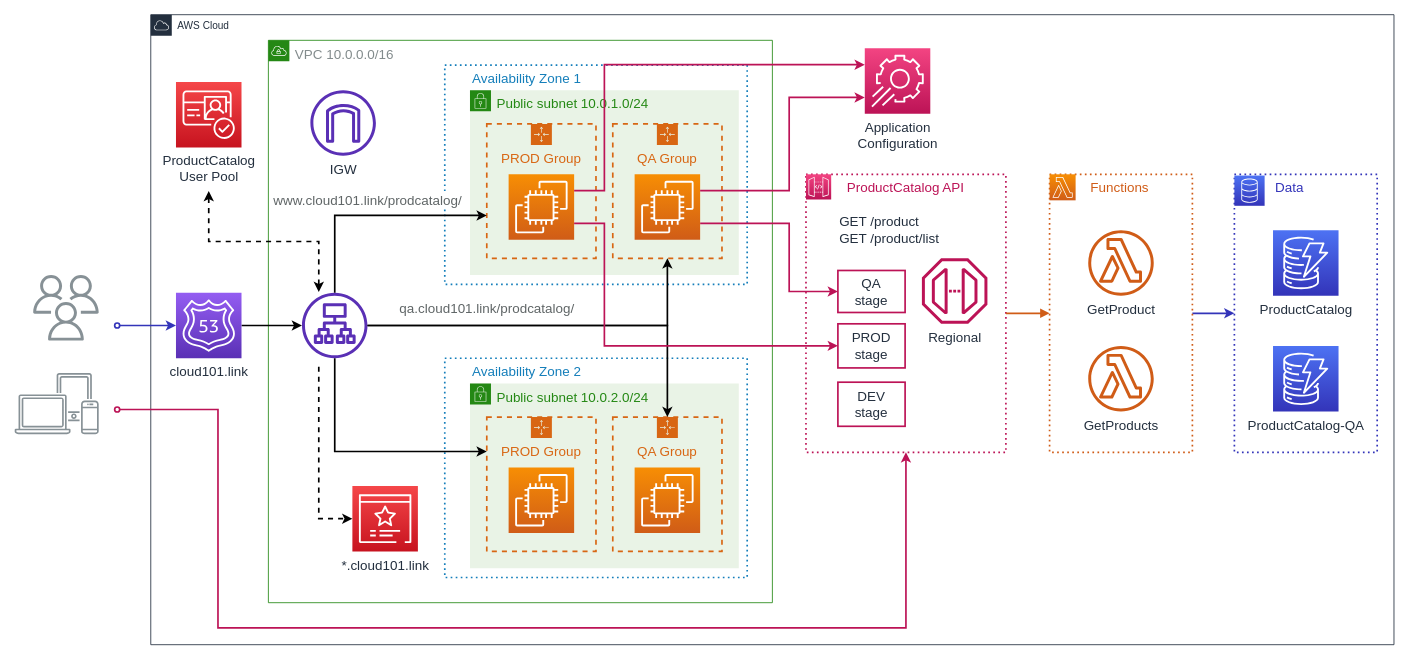
The draw.io diagram diagrams/ProductCatalogArch.drawio in PrahladKulkarni/aws, before the edit. Source tidied: cells renumbered, new cells numbered last; positions are measured from the earlier drawing's top-left corner, leaving out a move shared by most shapes. Both pictures are drawn from the tidied source at 84%, with x=0, y=0 at pixel (14, 14).
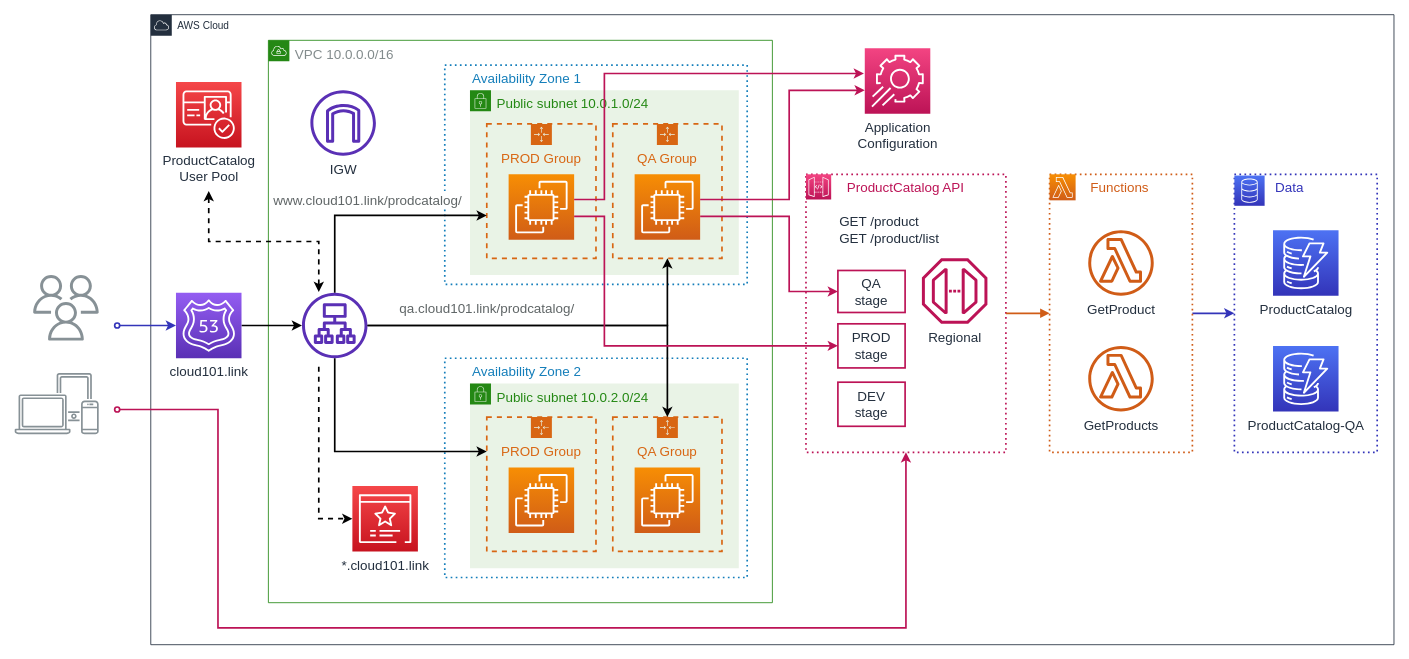
The same page after the edit.

Commit message (it also covers changes not shown here):
Better spacing

Unchanged cells that the change refers to:
```xml
<mxCell id="14" style="points=[[0,0,0],[0.25,0,0],[0.5,0,0],[0.75,0,0],[1,0,0],[0,1,0],[0.25,1,0],[0.5,1,0],[0.75,1,0],[1,1,0],[0,0.25,0],[0,0.5,0],[0,0.75,0],[1,0.25,0],[1,0.5,0],[1,0.75,0]];outlineConnect=0;fontColor=#232F3E;gradientColor=#F78E04;gradientDirection=north;fillColor=#D05C17;strokeColor=#ffffff;dashed=0;verticalLabelPosition=bottom;verticalAlign=top;align=center;html=1;fontSize=16;fontStyle=0;shape=mxgraph.aws4.resourceIcon;resIcon=mxgraph.aws4.ec2;shadow=0;" parent="1" vertex="1">
  <mxGeometry x="588" y="190" width="78" height="78" as="geometry" />
</mxCell>
<mxCell id="16" style="points=[[0,0,0],[0.25,0,0],[0.5,0,0],[0.75,0,0],[1,0,0],[0,1,0],[0.25,1,0],[0.5,1,0],[0.75,1,0],[1,1,0],[0,0.25,0],[0,0.5,0],[0,0.75,0],[1,0.25,0],[1,0.5,0],[1,0.75,0]];outlineConnect=0;fontColor=#232F3E;gradientColor=#F78E04;gradientDirection=north;fillColor=#D05C17;strokeColor=#ffffff;dashed=0;verticalLabelPosition=bottom;verticalAlign=top;align=center;html=1;fontSize=16;fontStyle=0;shape=mxgraph.aws4.resourceIcon;resIcon=mxgraph.aws4.ec2;shadow=0;" parent="1" vertex="1">
  <mxGeometry x="738" y="190" width="78" height="78" as="geometry" />
</mxCell>
<mxCell id="17" value="QA&lt;br style=&quot;font-size: 16px;&quot;&gt;stage" style="rounded=0;whiteSpace=wrap;html=1;shadow=0;dashed=0;fontSize=16;fontColor=#232F3E;strokeWidth=2;fillColor=none;align=center;verticalAlign=middle;strokeColor=#BC1356;" parent="1" vertex="1">
  <mxGeometry x="980" y="304.5" width="80" height="50" as="geometry" />
</mxCell>
<mxCell id="18" value="PROD stage" style="rounded=0;whiteSpace=wrap;html=1;shadow=0;dashed=0;fontSize=16;fontColor=#232F3E;strokeWidth=2;fillColor=none;align=center;verticalAlign=middle;strokeColor=#BC1356;horizontal=1;" parent="1" vertex="1">
  <mxGeometry x="980" y="368" width="80" height="52.5" as="geometry" />
</mxCell>
<mxCell id="53" value="Application&lt;br style=&quot;font-size: 16px;&quot;&gt;Configuration" style="points=[[0,0,0],[0.25,0,0],[0.5,0,0],[0.75,0,0],[1,0,0],[0,1,0],[0.25,1,0],[0.5,1,0],[0.75,1,0],[1,1,0],[0,0.25,0],[0,0.5,0],[0,0.75,0],[1,0.25,0],[1,0.5,0],[1,0.75,0]];points=[[0,0,0],[0.25,0,0],[0.5,0,0],[0.75,0,0],[1,0,0],[0,1,0],[0.25,1,0],[0.5,1,0],[0.75,1,0],[1,1,0],[0,0.25,0],[0,0.5,0],[0,0.75,0],[1,0.25,0],[1,0.5,0],[1,0.75,0]];outlineConnect=0;fontColor=#232F3E;gradientColor=#F34482;gradientDirection=north;fillColor=#BC1356;strokeColor=#ffffff;dashed=0;verticalLabelPosition=bottom;verticalAlign=top;align=center;html=1;fontSize=16;fontStyle=0;shape=mxgraph.aws4.resourceIcon;resIcon=mxgraph.aws4.app_config;" parent="1" vertex="1">
  <mxGeometry x="1012" y="40" width="78" height="78" as="geometry" />
</mxCell>
```

The edit, as a diff of the source:
```diff
@@
-    <mxCell id="15" style="edgeStyle=elbowEdgeStyle;jumpStyle=none;jettySize=auto;html=1;exitX=1;exitY=0.75;exitDx=0;exitDy=0;exitPerimeter=0;entryX=0;entryY=0.5;entryDx=0;entryDy=0;fontSize=16;fontColor=#5F6566;startArrow=none;startFill=0;endArrow=classic;endFill=1;strokeColor=#BC1356;strokeWidth=2;rounded=0;" parent="1" edge="1" source="16" target="17">
+    <mxCell id="15" style="edgeStyle=elbowEdgeStyle;jumpStyle=none;jettySize=auto;html=1;entryX=0;entryY=0.5;entryDx=0;entryDy=0;fontSize=16;fontColor=#5F6566;startArrow=none;startFill=0;endArrow=classic;endFill=1;strokeColor=#BC1356;strokeWidth=2;rounded=0;" parent="1" edge="1" target="17">
       <mxGeometry relative="1" as="geometry">
+        <mxPoint x="816" y="240" as="sourcePoint" />
         <Array as="points">
           <mxPoint x="922" y="270" />
         </Array>
       </mxGeometry>
     </mxCell>
@@
-    <mxCell id="39" style="edgeStyle=elbowEdgeStyle;jumpStyle=none;jettySize=auto;html=1;entryX=0;entryY=0.5;entryDx=0;entryDy=0;fontSize=16;fontColor=#5F6566;startArrow=none;startFill=0;endArrow=classic;endFill=1;strokeColor=#BC1356;strokeWidth=2;rounded=0;exitX=1;exitY=0.75;exitDx=0;exitDy=0;exitPerimeter=0;" parent="1" edge="1" source="14" target="18">
+    <mxCell id="39" style="edgeStyle=elbowEdgeStyle;jumpStyle=none;jettySize=auto;html=1;entryX=0;entryY=0.5;entryDx=0;entryDy=0;fontSize=16;fontColor=#5F6566;startArrow=none;startFill=0;endArrow=classic;endFill=1;strokeColor=#BC1356;strokeWidth=2;rounded=0;" parent="1" edge="1" target="18">
       <mxGeometry relative="1" as="geometry">
+        <mxPoint x="666" y="240" as="sourcePoint" />
         <Array as="points">
           <mxPoint x="702" y="383" />
           <mxPoint x="702" y="470" />
         </Array>
       </mxGeometry>
     </mxCell>
@@
-    <mxCell id="54" style="edgeStyle=elbowEdgeStyle;jumpStyle=none;jettySize=auto;html=1;fontSize=16;fontColor=#5F6566;startArrow=none;startFill=0;endArrow=classic;endFill=1;strokeColor=#BC1356;strokeWidth=2;rounded=0;exitX=1;exitY=0.25;exitDx=0;exitDy=0;exitPerimeter=0;entryX=0;entryY=0.75;entryDx=0;entryDy=0;entryPerimeter=0;" parent="1" edge="1" source="16" target="53">
+    <mxCell id="54" style="edgeStyle=elbowEdgeStyle;jumpStyle=none;orthogonalLoop=1;jettySize=auto;html=1;fontSize=16;fontColor=#5F6566;startArrow=none;startFill=0;endArrow=classic;endFill=1;strokeColor=#BC1356;strokeWidth=2;rounded=0;" parent="1" edge="1">
       <mxGeometry relative="1" as="geometry">
+        <mxPoint x="816" y="220" as="sourcePoint" />
+        <mxPoint x="1012" y="90" as="targetPoint" />
         <Array as="points">
           <mxPoint x="922" y="140" />
           <mxPoint x="932" y="280" />
         </Array>
       </mxGeometry>
     </mxCell>
-    <mxCell id="55" style="edgeStyle=elbowEdgeStyle;jumpStyle=none;jettySize=auto;html=1;fontSize=16;fontColor=#5F6566;startArrow=none;startFill=0;endArrow=classic;endFill=1;strokeColor=#BC1356;strokeWidth=2;rounded=0;exitX=1;exitY=0.25;exitDx=0;exitDy=0;exitPerimeter=0;entryX=0;entryY=0.25;entryDx=0;entryDy=0;entryPerimeter=0;" parent="1" edge="1" source="14" target="53">
+    <mxCell id="55" style="edgeStyle=elbowEdgeStyle;jumpStyle=none;orthogonalLoop=1;jettySize=auto;html=1;fontSize=16;fontColor=#5F6566;startArrow=none;startFill=0;endArrow=classic;endFill=1;strokeColor=#BC1356;strokeWidth=2;rounded=0;" parent="1" edge="1">
       <mxGeometry relative="1" as="geometry">
+        <mxPoint x="666" y="220" as="sourcePoint" />
+        <mxPoint x="1011" y="70" as="targetPoint" />
         <Array as="points">
           <mxPoint x="702" y="90" />
           <mxPoint x="702" y="110" />
           <mxPoint x="932" y="249.5" />
         </Array>
       </mxGeometry>
     </mxCell>
```
